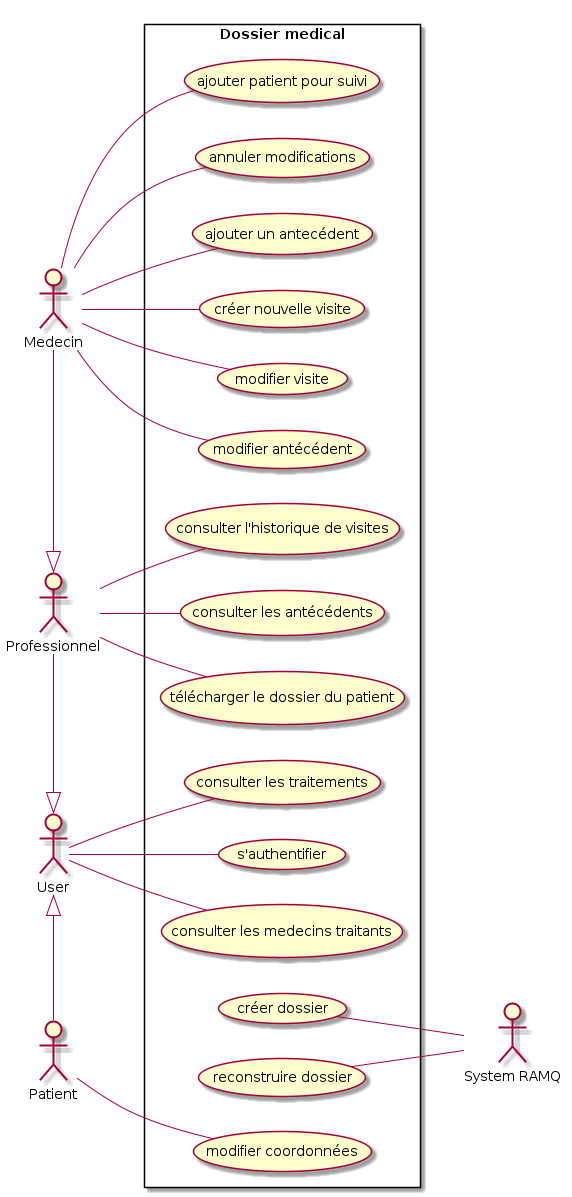
Above: models/usecase_diagram.png in fethiuqam/INF5153-Projet-Session (PlantUML), before the change.
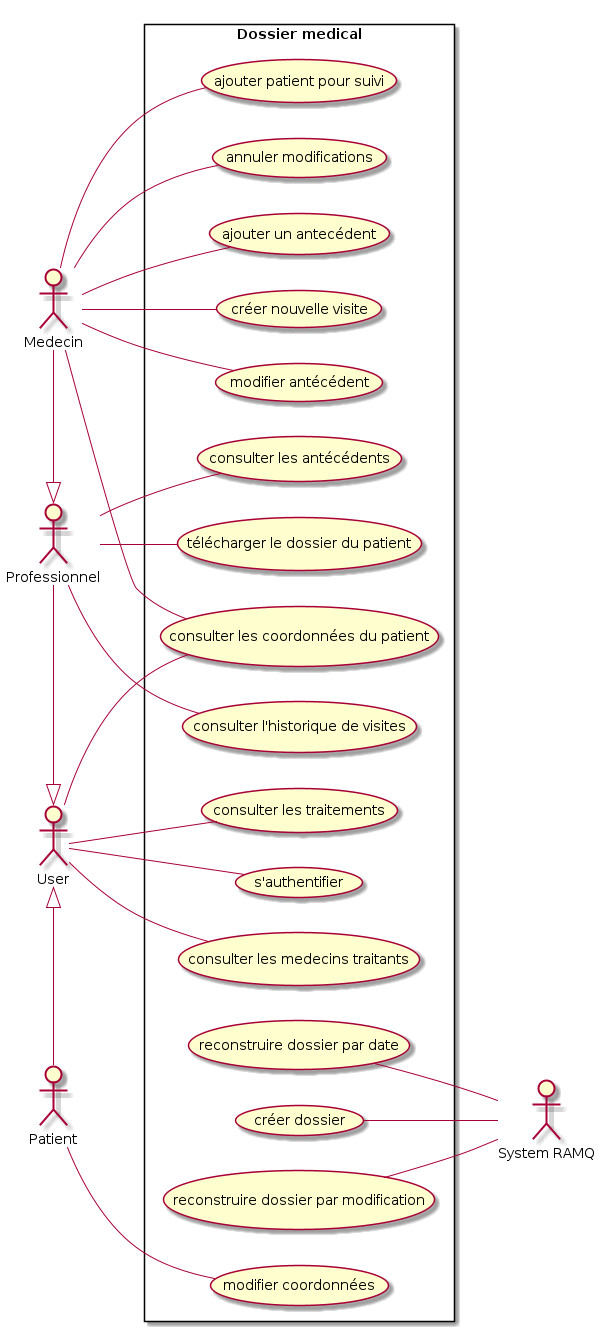
The same diagram one commit later.

Commit message:
mise a jour du diagramme de usecase

What changed in the source:
```diff
@@ -16,14 +16,15 @@
   usecase "s'authentifier" as UC6
   usecase "télécharger le dossier du patient" as UC7
   usecase "créer nouvelle visite" as UC8
-  usecase "modifier visite" as UC9
+  usecase "consulter les coordonnées du patient" as UC9
   usecase "modifier antécédent" as UC10
   usecase "ajouter patient pour suivi" as UC11
   usecase "annuler modifications" as UC12
   usecase "ajouter un antecédent" as UC13
   usecase "créer dossier" as UC14
-  usecase "reconstruire dossier" as UC15
-  usecase "modifier coordonnées" as UC16
+  usecase "reconstruire dossier par modification" as UC15
+  usecase "reconstruire dossier par date" as UC16
+  usecase "modifier coordonnées" as UC17
 }
 
 prof -|> user
@@ -33,6 +34,7 @@
 user -- UC4
 user -- UC5
 user -- UC6
+user -- UC9
 
 prof -- UC2
 prof -- UC3
@@ -45,10 +47,10 @@
 med -- UC12
 med -- UC13
 
-pat -- UC16
+pat -- UC17
 
 UC14 -- ramq
 UC15 -- ramq
-
+UC16 -- ramq
 
 @enduml
```
